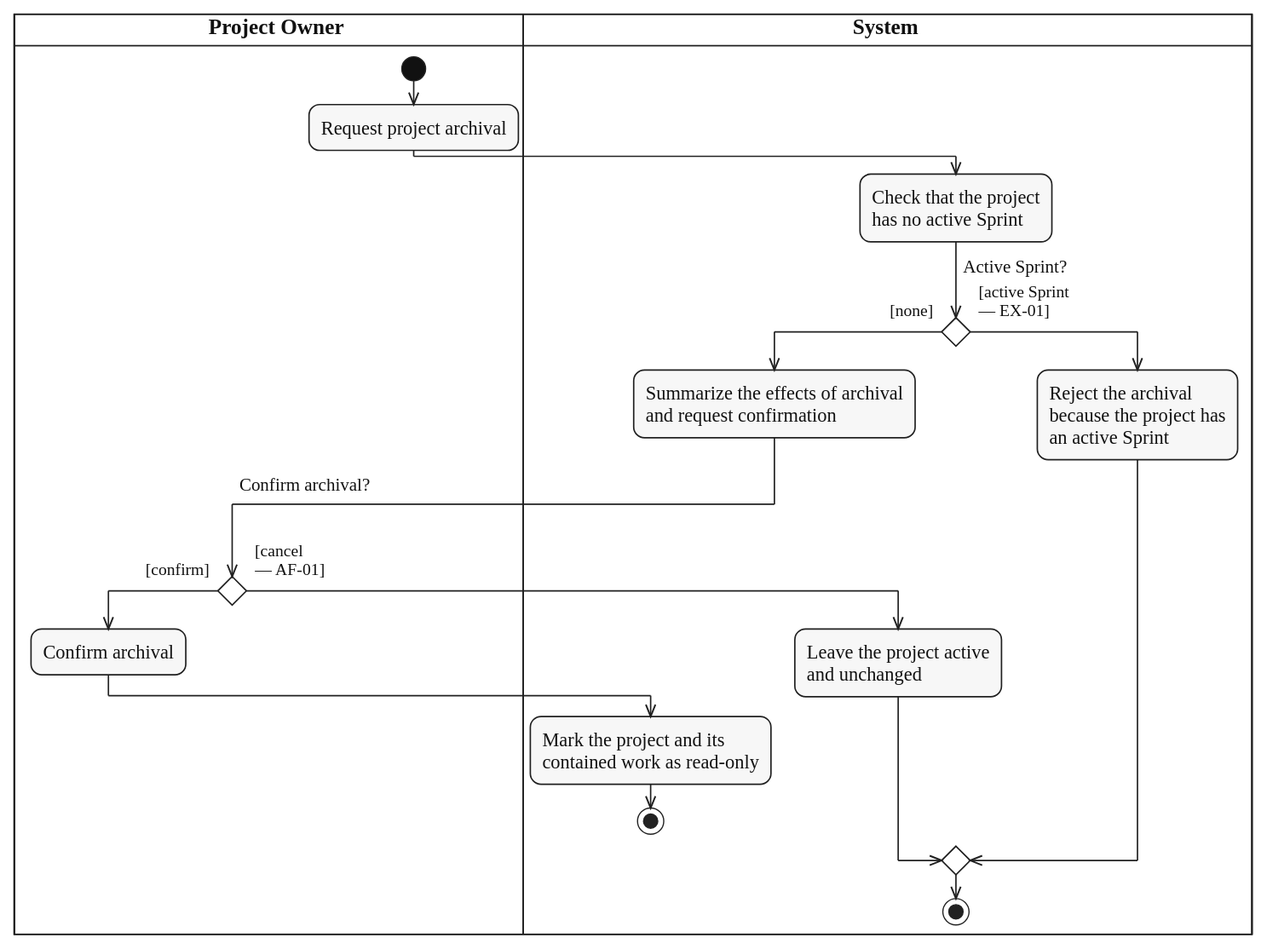
This is diagrams/activity/project-membership/svg/UC-PROJECT-ARCHIVE.svg from lukenab/swd392-doc-automation, a PlantUML export, as it was before one commit. Its source is kept beside it as diagrams/activity/project-membership/source/UC-PROJECT-ARCHIVE.puml.
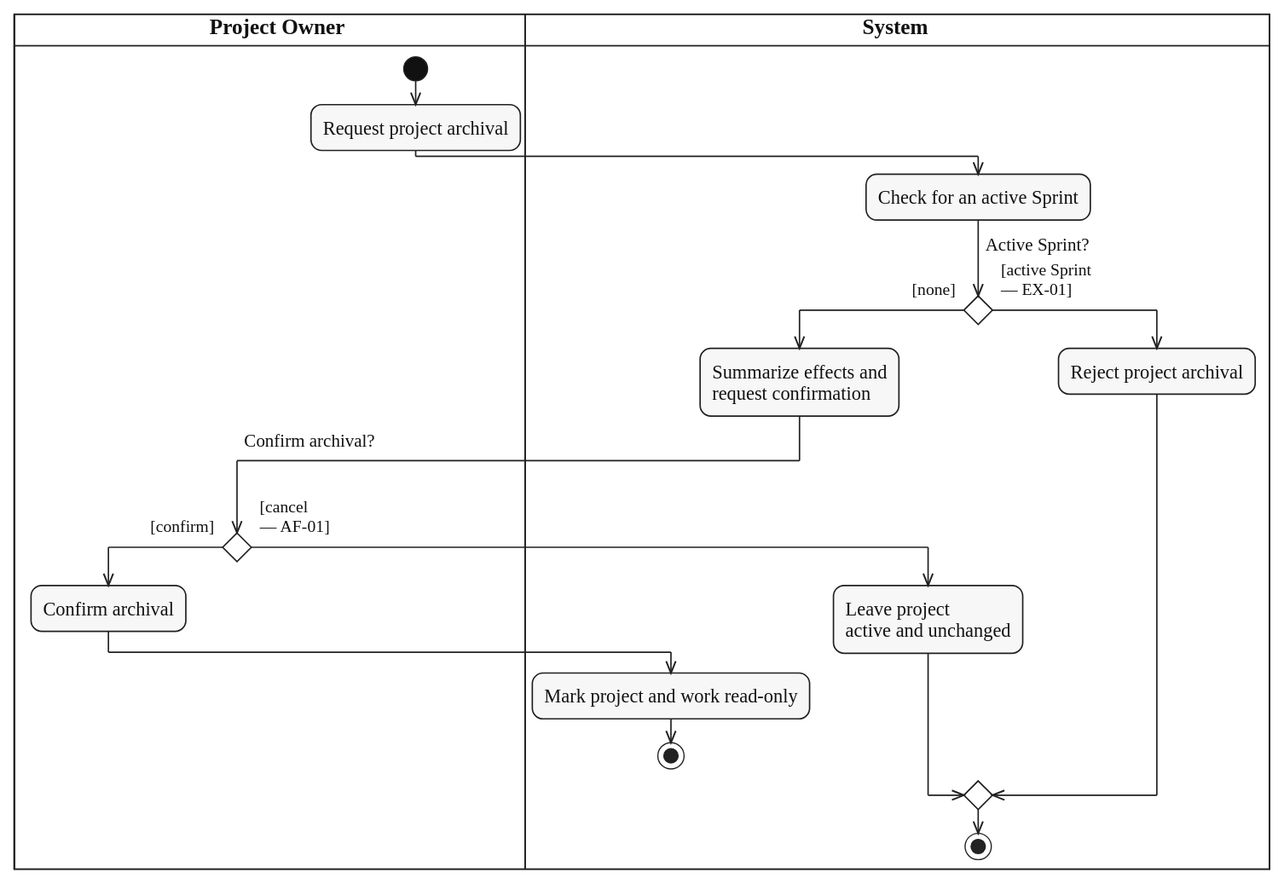
The same diagram one commit later.

What changed in the source:
```diff
@@ -7,27 +7,23 @@
 start
 :Request project archival;
 |SYS|
-:Check that the project
-has no active Sprint;
+:Check for an active Sprint;
 if ($question("Active Sprint?")) then ($guard_left("[none]"))
-  :Summarize the effects of archival
-  and request confirmation;
+  :Summarize effects and
+  request confirmation;
   |OWN|
   if ($question_x("Confirm archival?")) then ($guard_left("[confirm]"))
     :Confirm archival;
     |SYS|
-    :Mark the project and its
-    contained work as read-only;
+    :Mark project and work read-only;
     stop
   else ($guard_right("[cancel", "— AF-01]"))
     |SYS|
-    :Leave the project active
-    and unchanged;
+    :Leave project
+    active and unchanged;
   endif
 else ($guard_right("[active Sprint", "— EX-01]"))
-  :Reject the archival
-  because the project has
-  an active Sprint;
+  :Reject project archival;
 endif
 |SYS|
 stop
```
